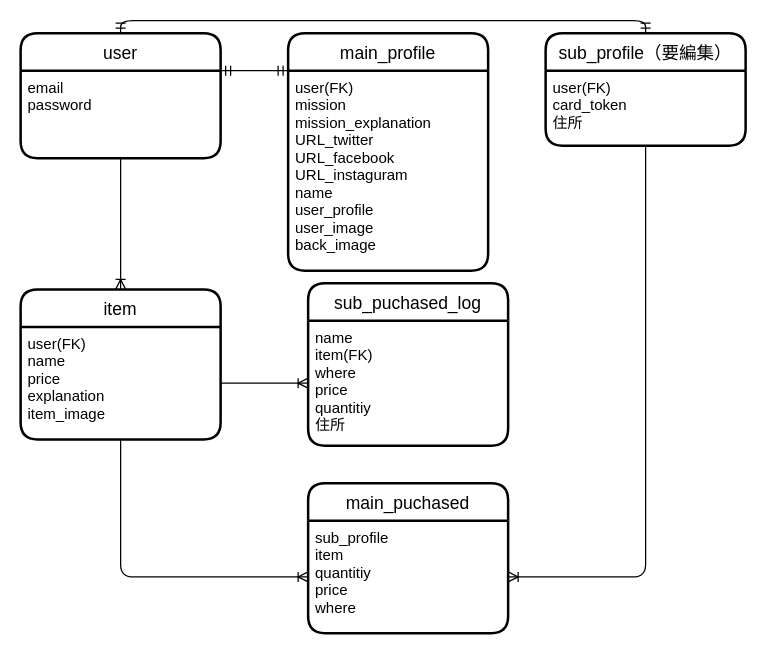
Earlier version of the draw.io diagram DREAM_APP.dio (hidekazuyamamoto/dream_app). Source tidied: cells renumbered, new cells numbered last; positions are measured from the earlier drawing's top-left corner, leaving out a move shared by most shapes. Both pictures are drawn from the tidied source at 125%, with x=0, y=0 at pixel (20, 32).
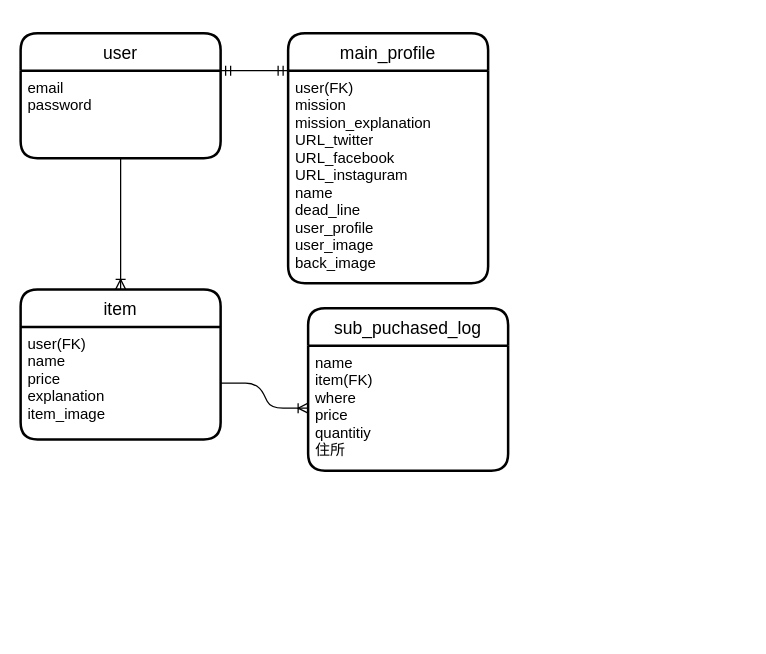
After the change.

What changed in the source:
```diff
@@
 <mxGraphModel>
   <root>
     <mxCell id="0" />
     <mxCell id="1" parent="0" />
     <mxCell id="2" value="user" style="swimlane;horizontal=1;startSize=30;rounded=1;fontSize=14;fontStyle=0;strokeWidth=2;shadow=0;dashed=0;align=center;" parent="1" vertex="1">
       <mxGeometry width="160" height="100" as="geometry" />
     </mxCell>
     <mxCell id="3" value="email&#10;password&#10;" style="align=left;strokeColor=none;fillColor=none;spacingLeft=4;fontSize=12;verticalAlign=top;" parent="2" vertex="1">
       <mxGeometry y="30" width="160" height="70" as="geometry" />
     </mxCell>
     <mxCell id="4" value="main_profile" style="swimlane;horizontal=1;startSize=30;rounded=1;fontSize=14;fontStyle=0;strokeWidth=2;shadow=0;dashed=0;align=center;" parent="1" vertex="1">
-      <mxGeometry x="214" width="160" height="190" as="geometry" />
+      <mxGeometry x="214" width="160" height="200" as="geometry" />
     </mxCell>
-    <mxCell id="5" value="user(FK)&#10;mission&#10;mission_explanation&#10;URL_twitter&#10;URL_facebook&#10;URL_instaguram&#10;name&#10;user_profile&#10;user_image&#10;back_image" style="align=left;strokeColor=none;fillColor=none;spacingLeft=4;fontSize=12;verticalAlign=top;" parent="4" vertex="1">
-      <mxGeometry y="30" width="160" height="160" as="geometry" />
+    <mxCell id="5" value="user(FK)&#10;mission&#10;mission_explanation&#10;URL_twitter&#10;URL_facebook&#10;URL_instaguram&#10;name&#10;dead_line&#10;user_profile&#10;user_image&#10;back_image" style="align=left;strokeColor=none;fillColor=none;spacingLeft=4;fontSize=12;verticalAlign=top;" parent="4" vertex="1">
+      <mxGeometry y="30" width="160" height="170" as="geometry" />
     </mxCell>
-    <mxCell id="6" value="sub_profile（要編集）" style="swimlane;horizontal=1;startSize=30;rounded=1;fontSize=14;fontStyle=0;strokeWidth=2;shadow=0;dashed=0;align=center;" parent="1" vertex="1">
-      <mxGeometry x="420" width="160" height="90" as="geometry" />
-    </mxCell>
-    <mxCell id="7" value="user(FK)&#10;card_token&#10;住所" style="align=left;strokeColor=none;fillColor=none;spacingLeft=4;fontSize=12;verticalAlign=top;" parent="6" vertex="1">
-      <mxGeometry y="30" width="160" height="60" as="geometry" />
-    </mxCell>
     <mxCell id="8" value="item" style="swimlane;horizontal=1;startSize=30;rounded=1;fontSize=14;fontStyle=0;strokeWidth=2;shadow=0;dashed=0;align=center;" parent="1" vertex="1">
       <mxGeometry y="205" width="160" height="120" as="geometry" />
     </mxCell>
     <mxCell id="9" value="user(FK)&#10;name&#10;price&#10;explanation&#10;item_image" style="align=left;strokeColor=none;fillColor=none;spacingLeft=4;fontSize=12;verticalAlign=top;" parent="8" vertex="1">
       <mxGeometry y="30" width="160" height="90" as="geometry" />
     </mxCell>
     <mxCell id="10" value="sub_puchased_log" style="swimlane;horizontal=1;startSize=30;rounded=1;fontSize=14;fontStyle=0;strokeWidth=2;shadow=0;dashed=0;align=center;" parent="1" vertex="1">
-      <mxGeometry x="230" y="200" width="160" height="130" as="geometry" />
+      <mxGeometry x="230" y="220" width="160" height="130" as="geometry" />
     </mxCell>
     <mxCell id="11" value="name&#10;item(FK)&#10;where&#10;price&#10;quantitiy&#10;住所" style="align=left;strokeColor=none;fillColor=none;spacingLeft=4;fontSize=12;verticalAlign=top;" parent="10" vertex="1">
       <mxGeometry y="30" width="160" height="100" as="geometry" />
     </mxCell>
-    <mxCell id="12" value="main_puchased" style="swimlane;horizontal=1;startSize=30;rounded=1;fontSize=14;fontStyle=0;strokeWidth=2;shadow=0;dashed=0;align=center;" parent="1" vertex="1">
-      <mxGeometry x="230" y="360" width="160" height="120" as="geometry" />
-    </mxCell>
-    <mxCell id="13" value="sub_profile&#10;item&#10;quantitiy&#10;price&#10;where" style="align=left;strokeColor=none;fillColor=none;spacingLeft=4;fontSize=12;verticalAlign=top;" parent="12" vertex="1">
-      <mxGeometry y="30" width="160" height="90" as="geometry" />
-    </mxCell>
     <mxCell id="14" style="fontSize=12;html=1;endArrow=ERmandOne;startArrow=ERmandOne;exitX=1;exitY=0;exitDx=0;exitDy=0;entryX=0;entryY=0;entryDx=0;entryDy=0;" parent="1" edge="1" source="3" target="5">
       <mxGeometry relative="1" as="geometry" />
     </mxCell>
-    <mxCell id="15" style="fontSize=12;html=1;endArrow=ERmandOne;startArrow=ERmandOne;exitX=0.5;exitY=0;exitDx=0;exitDy=0;entryX=0.5;entryY=0;entryDx=0;entryDy=0;edgeStyle=orthogonalEdgeStyle;" parent="1" edge="1" source="2" target="6">
-      <mxGeometry relative="1" as="geometry" />
-    </mxCell>
     <mxCell id="16" style="fontSize=12;html=1;endArrow=ERoneToMany;exitX=0.5;exitY=1;exitDx=0;exitDy=0;entryX=0.5;entryY=0;entryDx=0;entryDy=0;" parent="1" edge="1" source="3" target="8">
       <mxGeometry relative="1" as="geometry" />
     </mxCell>
     <mxCell id="17" style="edgeStyle=entityRelationEdgeStyle;fontSize=12;html=1;endArrow=ERoneToMany;exitX=1;exitY=0.5;exitDx=0;exitDy=0;entryX=0;entryY=0.5;entryDx=0;entryDy=0;" parent="1" edge="1" source="9" target="11">
       <mxGeometry relative="1" as="geometry" />
     </mxCell>
-    <mxCell id="18" style="edgeStyle=orthogonalEdgeStyle;fontSize=12;html=1;endArrow=ERoneToMany;exitX=0.5;exitY=1;exitDx=0;exitDy=0;entryX=0;entryY=0.5;entryDx=0;entryDy=0;" parent="1" edge="1" source="9" target="13">
-      <mxGeometry relative="1" as="geometry" />
-    </mxCell>
-    <mxCell id="19" style="edgeStyle=orthogonalEdgeStyle;fontSize=12;html=1;endArrow=ERoneToMany;exitX=0.5;exitY=1;exitDx=0;exitDy=0;entryX=1;entryY=0.5;entryDx=0;entryDy=0;" parent="1" edge="1" source="7" target="13">
-      <mxGeometry relative="1" as="geometry" />
-    </mxCell>
   </root>
 </mxGraphModel>
```
